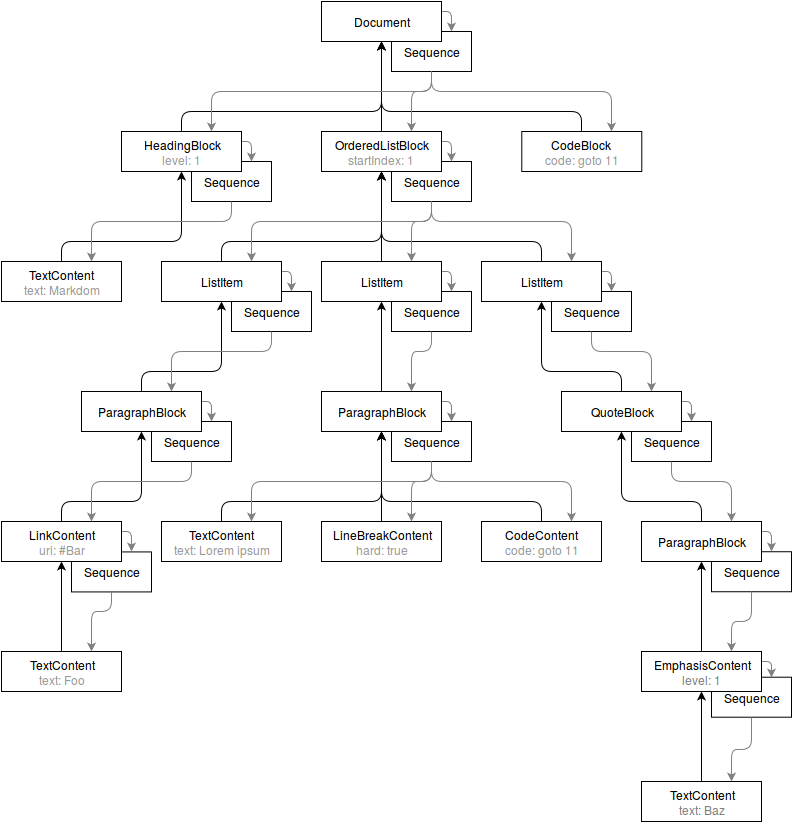
Above: 1.0/resource/markdom-objectgraph.png in markdom/specification (draw.io), before the change. Source tidied: cells renumbered, new cells last; positions are measured from the earlier drawing's top-left corner, leaving out a move shared by most shapes.
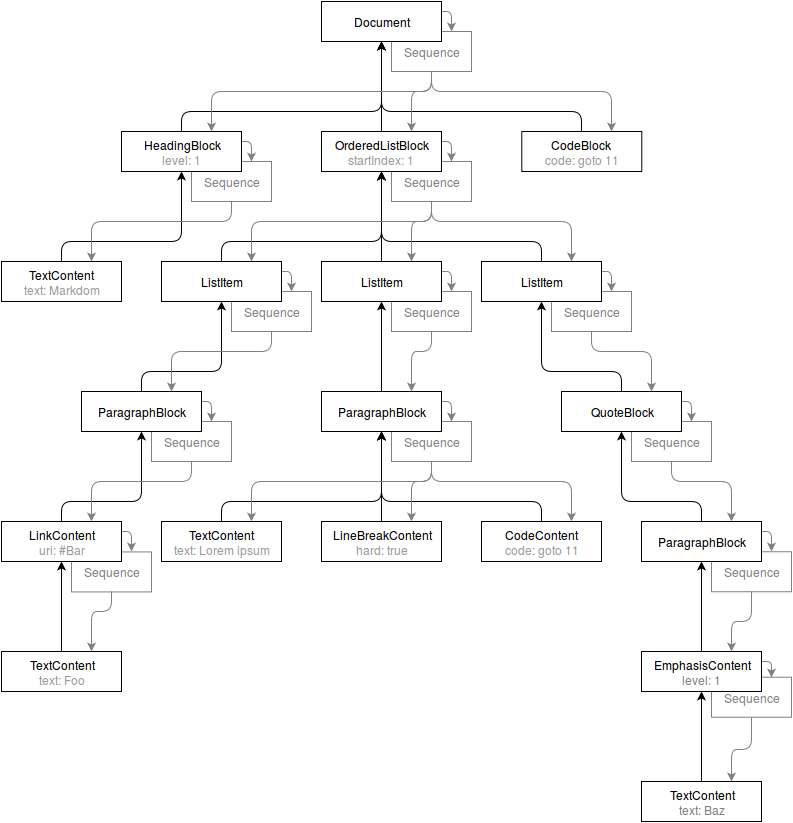
Above is the later version.

Diff of the diagram source:
```diff
@@ -2,40 +2,40 @@
   <root>
     <mxCell id="0" />
     <mxCell id="1" parent="0" />
-    <mxCell id="2" value="Sequence" style="whiteSpace=wrap;html=1;" parent="1" vertex="1">
+    <mxCell id="2" value="Sequence" style="whiteSpace=wrap;html=1;strokeColor=#808080;fontColor=#808080;" parent="1" vertex="1">
       <mxGeometry x="390" y="30" width="80" height="40" as="geometry" />
     </mxCell>
-    <mxCell id="3" value="Sequence" style="whiteSpace=wrap;html=1;" parent="1" vertex="1">
+    <mxCell id="3" value="Sequence" style="whiteSpace=wrap;html=1;strokeColor=#808080;fontColor=#808080;" parent="1" vertex="1">
       <mxGeometry x="390" y="160" width="80" height="40" as="geometry" />
     </mxCell>
-    <mxCell id="4" value="Sequence" style="whiteSpace=wrap;html=1;" parent="1" vertex="1">
+    <mxCell id="4" value="Sequence" style="whiteSpace=wrap;html=1;strokeColor=#808080;fontColor=#808080;" parent="1" vertex="1">
       <mxGeometry x="190" y="160" width="80" height="40" as="geometry" />
     </mxCell>
-    <mxCell id="5" value="Sequence" style="whiteSpace=wrap;html=1;" parent="1" vertex="1">
+    <mxCell id="5" value="Sequence" style="whiteSpace=wrap;html=1;strokeColor=#808080;fontColor=#808080;" parent="1" vertex="1">
       <mxGeometry x="230" y="290" width="80" height="40" as="geometry" />
     </mxCell>
-    <mxCell id="6" value="Sequence" style="whiteSpace=wrap;html=1;" parent="1" vertex="1">
+    <mxCell id="6" value="Sequence" style="whiteSpace=wrap;html=1;strokeColor=#808080;fontColor=#808080;" parent="1" vertex="1">
       <mxGeometry x="390" y="290" width="80" height="40" as="geometry" />
     </mxCell>
-    <mxCell id="7" value="Sequence" style="whiteSpace=wrap;html=1;" parent="1" vertex="1">
+    <mxCell id="7" value="Sequence" style="whiteSpace=wrap;html=1;strokeColor=#808080;fontColor=#808080;" parent="1" vertex="1">
       <mxGeometry x="550" y="290" width="80" height="40" as="geometry" />
     </mxCell>
-    <mxCell id="8" value="Sequence" style="whiteSpace=wrap;html=1;" parent="1" vertex="1">
+    <mxCell id="8" value="Sequence" style="whiteSpace=wrap;html=1;strokeColor=#808080;fontColor=#808080;" parent="1" vertex="1">
       <mxGeometry x="710" y="675.7" width="80" height="40" as="geometry" />
     </mxCell>
-    <mxCell id="9" value="Sequence" style="whiteSpace=wrap;html=1;" parent="1" vertex="1">
+    <mxCell id="9" value="Sequence" style="whiteSpace=wrap;html=1;strokeColor=#808080;fontColor=#808080;" parent="1" vertex="1">
       <mxGeometry x="710" y="550.2" width="80" height="40" as="geometry" />
     </mxCell>
-    <mxCell id="10" value="Sequence" style="whiteSpace=wrap;html=1;" parent="1" vertex="1">
+    <mxCell id="10" value="Sequence" style="whiteSpace=wrap;html=1;strokeColor=#808080;fontColor=#808080;" parent="1" vertex="1">
       <mxGeometry x="630" y="420" width="80" height="40" as="geometry" />
     </mxCell>
-    <mxCell id="11" value="Sequence" style="whiteSpace=wrap;html=1;" parent="1" vertex="1">
+    <mxCell id="11" value="Sequence" style="whiteSpace=wrap;html=1;strokeColor=#808080;fontColor=#808080;" parent="1" vertex="1">
       <mxGeometry x="390" y="420" width="80" height="40" as="geometry" />
     </mxCell>
-    <mxCell id="12" value="Sequence" style="whiteSpace=wrap;html=1;" parent="1" vertex="1">
+    <mxCell id="12" value="Sequence" style="whiteSpace=wrap;html=1;strokeColor=#808080;fontColor=#808080;" parent="1" vertex="1">
       <mxGeometry x="150" y="420" width="80" height="40" as="geometry" />
     </mxCell>
-    <mxCell id="13" value="Sequence" style="whiteSpace=wrap;html=1;" parent="1" vertex="1">
+    <mxCell id="13" value="Sequence" style="whiteSpace=wrap;html=1;strokeColor=#808080;fontColor=#808080;" parent="1" vertex="1">
       <mxGeometry x="70" y="550.4" width="80" height="40" as="geometry" />
     </mxCell>
     <mxCell id="14" style="edgeStyle=orthogonalEdgeStyle;rounded=1;html=1;exitX=1;exitY=0.25;entryX=0.75;entryY=0;startArrow=none;startFill=0;endArrow=classic;endFill=1;jettySize=auto;strokeColor=#808080;strokeWidth=1;fontSize=10;fontColor=#333333;" parent="1" edge="1" source="15" target="2">
```
